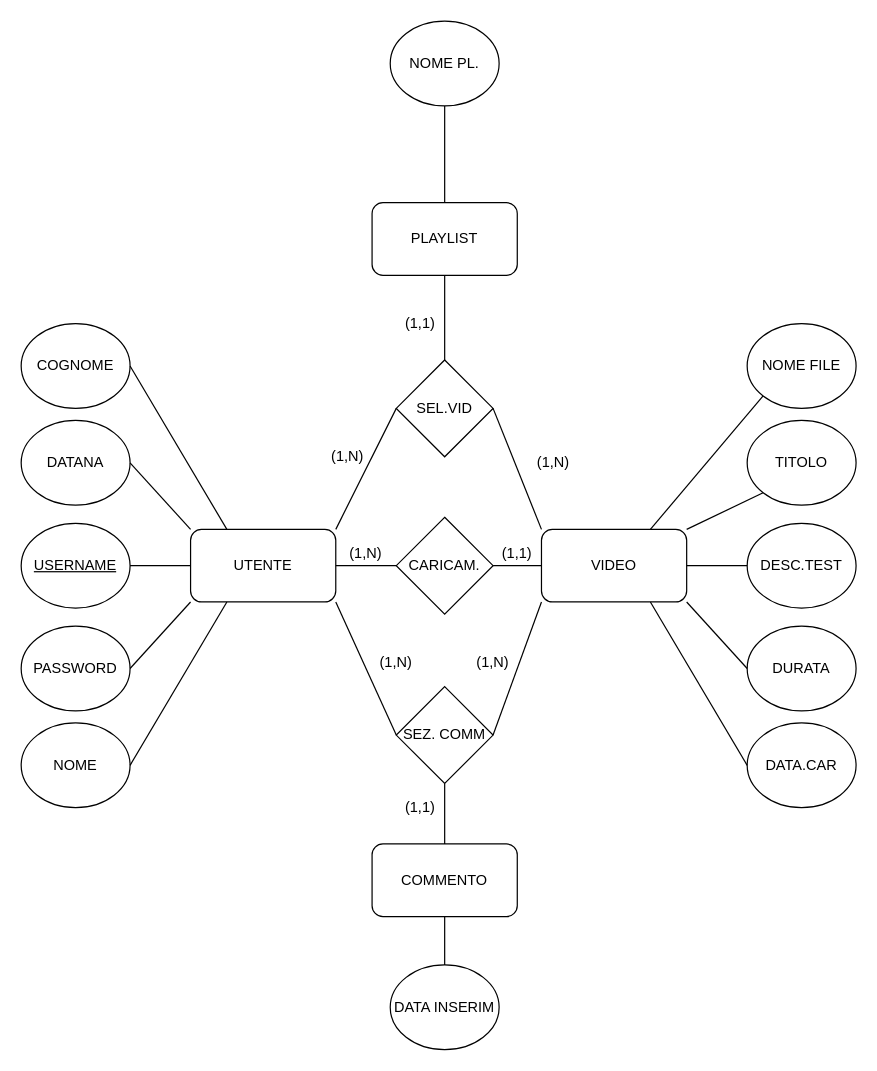
The draw.io diagram esame.drawio in LilAnciel/Project, before the edit. Source tidied: cells renumbered, new cells numbered last; positions are measured from the earlier drawing's top-left corner, leaving out a move shared by most shapes. Both pictures are drawn from the tidied source at 121%, with x=0, y=0 at pixel (21, 21).
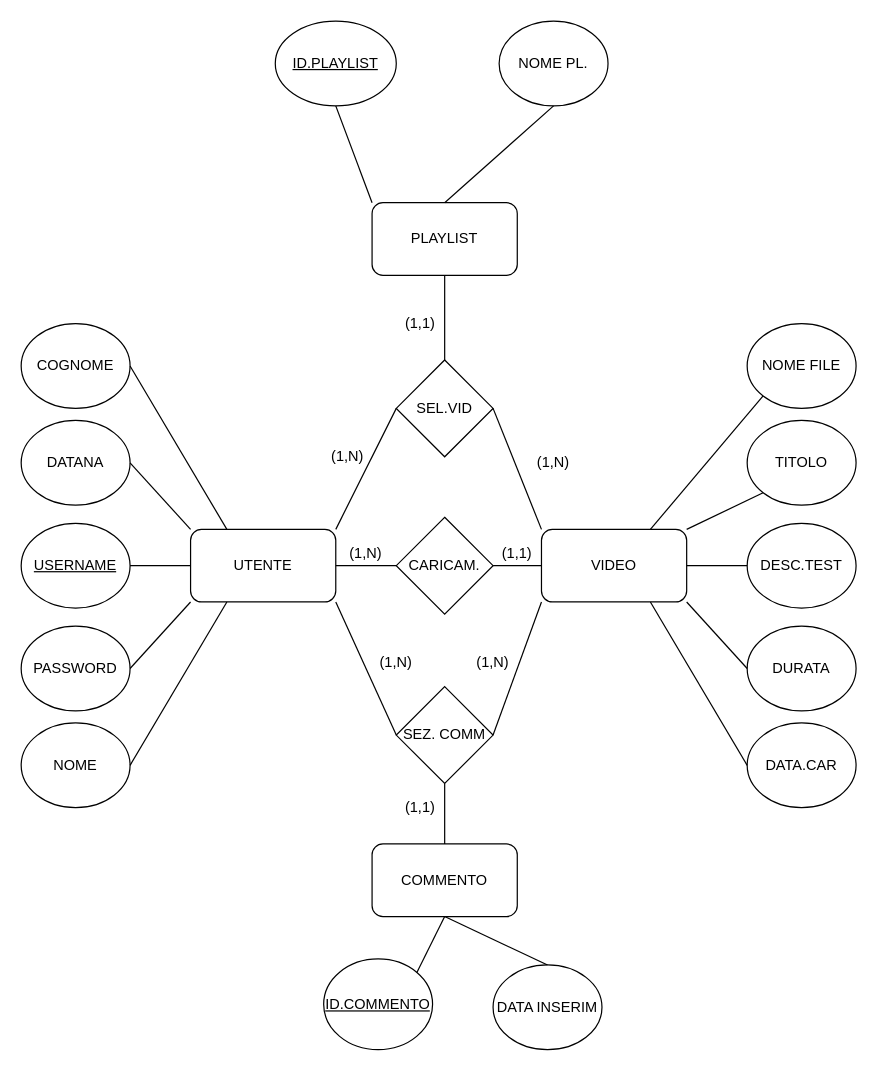
Above is the later version.

Unchanged cells that the change refers to:
```xml
<mxCell id="4" value="COMMENTO" style="rounded=1;whiteSpace=wrap;html=1;" parent="1" vertex="1">
  <mxGeometry x="290" y="680" width="120" height="60" as="geometry" />
</mxCell>
<mxCell id="5" value="PLAYLIST" style="rounded=1;whiteSpace=wrap;html=1;" parent="1" vertex="1">
  <mxGeometry x="290" y="150" width="120" height="60" as="geometry" />
</mxCell>
```

Diff of the diagram source:
```diff
@@
     <mxCell id="14" value="DATA INSERIM" style="ellipse;whiteSpace=wrap;html=1;" parent="1" vertex="1">
-      <mxGeometry x="305" y="780" width="90" height="70" as="geometry" />
+      <mxGeometry x="390" y="780" width="90" height="70" as="geometry" />
     </mxCell>
@@
     <mxCell id="29" value="NOME PL." style="ellipse;whiteSpace=wrap;html=1;" parent="1" vertex="1">
-      <mxGeometry x="305" width="90" height="70" as="geometry" />
+      <mxGeometry x="395" width="90" height="70" as="geometry" />
     </mxCell>
@@
+    <mxCell id="49" value="&lt;u&gt;ID.PLAYLIST&lt;/u&gt;" style="ellipse;whiteSpace=wrap;html=1;" parent="1" vertex="1">
+      <mxGeometry x="210" width="100" height="70" as="geometry" />
+    </mxCell>
+    <mxCell id="50" style="endArrow=none;html=1;entryX=0.5;entryY=1;entryDx=0;entryDy=0;exitX=0;exitY=0;exitDx=0;exitDy=0;" parent="1" edge="1" source="5" target="49">
+      <mxGeometry relative="1" as="geometry" />
+    </mxCell>
+    <mxCell id="51" value="&lt;u&gt;ID.COMMENTO&lt;/u&gt;" style="ellipse;whiteSpace=wrap;html=1;" parent="1" vertex="1">
+      <mxGeometry x="250" y="775" width="90" height="75" as="geometry" />
+    </mxCell>
+    <mxCell id="52" style="endArrow=none;html=1;entryX=0.5;entryY=1;entryDx=0;entryDy=0;exitX=1;exitY=0;exitDx=0;exitDy=0;" parent="1" edge="1" source="51" target="4">
+      <mxGeometry relative="1" as="geometry" />
+    </mxCell>
```
